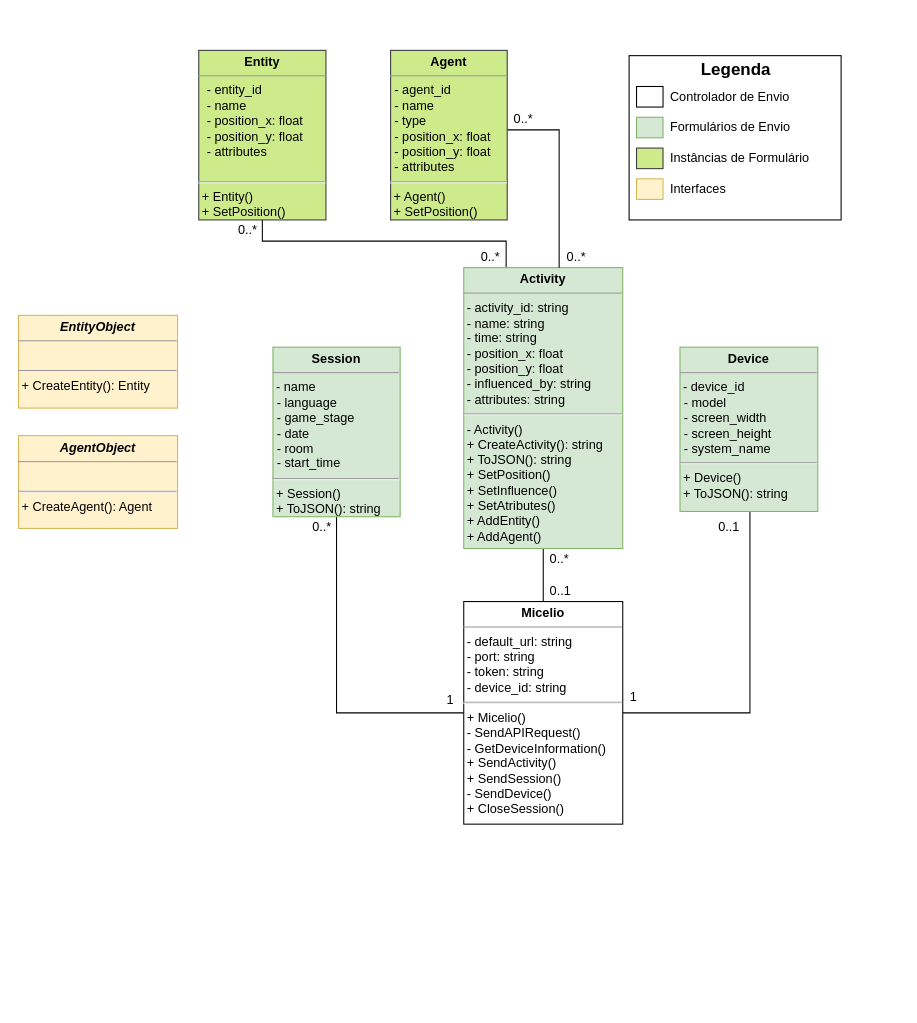
This is page "MicelioUnity Class Model" (5 of 6) of Documentation/Diagramas/Modelo De Dados Proveniencia.drawio from multisens/micelio, a draw.io file, before an edit. Source tidied: cells renumbered, new cells numbered last; positions are measured from the earlier drawing's top-left corner, leaving out a move shared by most shapes. Both pictures are drawn from the tidied source at 106%, with x=0, y=0 at pixel (18, 50).
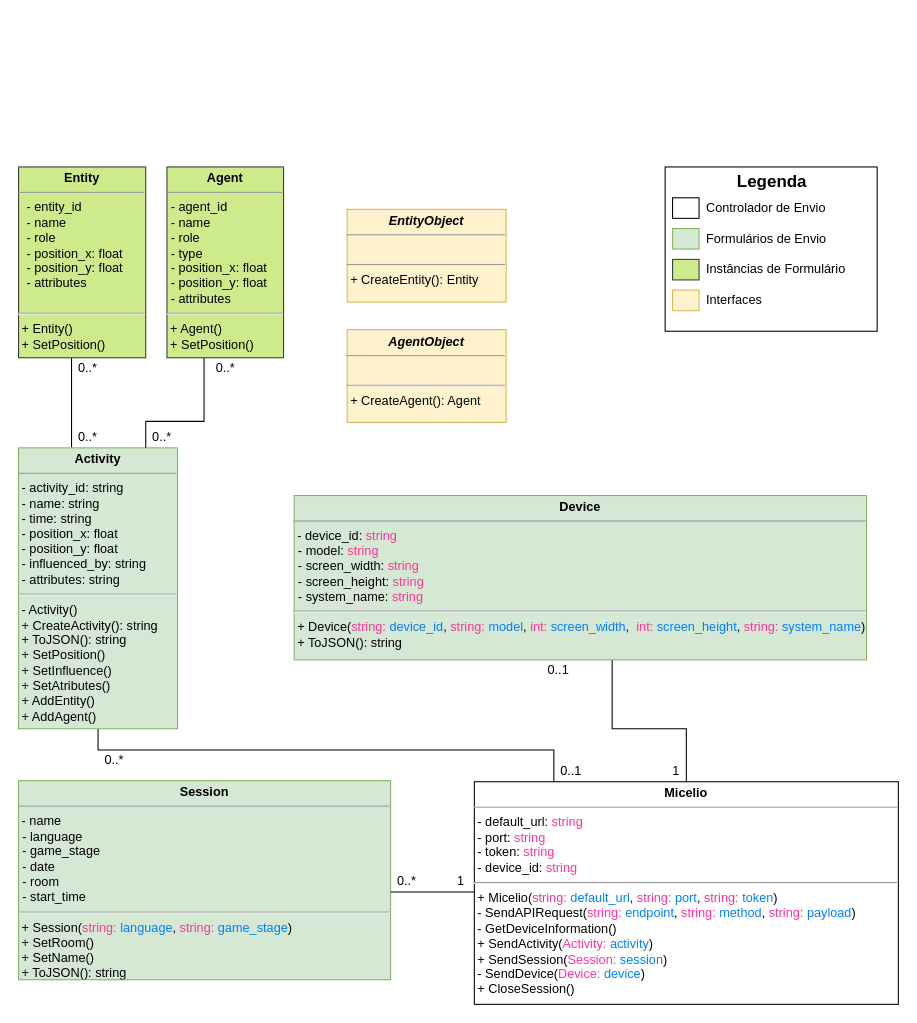
Above is the later version.

What changed in the source:
```diff
@@
     <mxCell id="2" style="edgeStyle=orthogonalEdgeStyle;rounded=0;jettySize=auto;html=1;endArrow=none;endFill=0;" parent="1" edge="1" source="5" target="7">
-      <mxGeometry relative="1" as="geometry" />
+      <mxGeometry relative="1" as="geometry">
+        <Array as="points">
+          <mxPoint x="505" y="660" />
+        </Array>
+      </mxGeometry>
     </mxCell>
-    <mxCell id="3" style="edgeStyle=orthogonalEdgeStyle;rounded=0;jettySize=auto;html=1;endArrow=none;endFill=0;" parent="1" edge="1" source="5" target="35">
-      <mxGeometry relative="1" as="geometry">
-        <Array as="points">
-          <mxPoint x="690" y="625" />
-        </Array>
-      </mxGeometry>
-    </mxCell>
-    <mxCell id="4" style="edgeStyle=orthogonalEdgeStyle;rounded=0;jettySize=auto;html=1;endArrow=none;endFill=0;" parent="1" edge="1" source="5" target="32">
-      <mxGeometry relative="1" as="geometry" />
-    </mxCell>
-    <mxCell id="5" value="&lt;p style=&quot;margin: 0px ; margin-top: 4px ; text-align: center&quot;&gt;&lt;b&gt;Micelio&lt;/b&gt;&lt;/p&gt;&lt;hr size=&quot;1&quot;&gt;&amp;nbsp;- default_url: string&lt;br&gt;&amp;nbsp;- port: string&lt;br&gt;&amp;nbsp;- token: string&lt;br&gt;&amp;nbsp;- device_id: string&lt;br&gt;&lt;hr&gt;&amp;nbsp;+ Micelio()&lt;br&gt;&amp;nbsp;- SendAPIRequest()&lt;br&gt;&amp;nbsp;- GetDeviceInformation()&lt;br&gt;&amp;nbsp;+ SendActivity()&lt;br&gt;&amp;nbsp;+ SendSession()&lt;br&gt;&amp;nbsp;- SendDevice()&lt;br&gt;&amp;nbsp;+ CloseSession()" style="verticalAlign=top;align=left;overflow=fill;fontSize=12;fontFamily=Helvetica;html=1;glass=0;" parent="1" vertex="1">
-      <mxGeometry x="420" y="520" width="150" height="210" as="geometry" />
+    <mxCell id="5" value="&lt;p style=&quot;margin: 0px ; margin-top: 4px ; text-align: center&quot;&gt;&lt;b&gt;Micelio&lt;/b&gt;&lt;/p&gt;&lt;hr size=&quot;1&quot;&gt;&amp;nbsp;- default_url: &lt;font color=&quot;#ff3399&quot;&gt;string&lt;/font&gt;&lt;br&gt;&amp;nbsp;- port: &lt;font color=&quot;#ff3399&quot;&gt;string&lt;/font&gt;&lt;br&gt;&amp;nbsp;- token: &lt;font color=&quot;#ff3399&quot;&gt;string&lt;/font&gt;&lt;br&gt;&amp;nbsp;- device_id: &lt;font color=&quot;#ff3399&quot;&gt;string&lt;/font&gt;&lt;br&gt;&lt;hr&gt;&amp;nbsp;+ Micelio(&lt;span style=&quot;color: rgb(255 , 51 , 153)&quot;&gt;string:&amp;nbsp;&lt;/span&gt;&lt;font color=&quot;#007fff&quot;&gt;default_url&lt;/font&gt;,&amp;nbsp;&lt;span style=&quot;color: rgb(255 , 51 , 153)&quot;&gt;string:&amp;nbsp;&lt;/span&gt;&lt;font color=&quot;#007fff&quot;&gt;port&lt;/font&gt;,&amp;nbsp;&lt;span style=&quot;color: rgb(255 , 51 , 153)&quot;&gt;string:&lt;/span&gt;&amp;nbsp;&lt;font color=&quot;#007fff&quot;&gt;token&lt;/font&gt;)&lt;br&gt;&amp;nbsp;- SendAPIRequest(&lt;span style=&quot;color: rgb(255 , 51 , 153)&quot;&gt;string:&amp;nbsp;&lt;/span&gt;&lt;font color=&quot;#007fff&quot;&gt;endpoint&lt;/font&gt;,&amp;nbsp;&lt;span style=&quot;color: rgb(255 , 51 , 153)&quot;&gt;string: &lt;/span&gt;&lt;font color=&quot;#007fff&quot;&gt;method&lt;/font&gt;,&amp;nbsp;&lt;span style=&quot;color: rgb(255 , 51 , 153)&quot;&gt;string:&lt;/span&gt;&amp;nbsp;&lt;font color=&quot;#007fff&quot;&gt;payload&lt;/font&gt;)&lt;br&gt;&amp;nbsp;- GetDeviceInformation()&lt;br&gt;&amp;nbsp;+ SendActivity(&lt;span style=&quot;color: rgb(255 , 51 , 153)&quot;&gt;Activity: &lt;/span&gt;&lt;font color=&quot;#007fff&quot;&gt;activity&lt;/font&gt;)&lt;br&gt;&amp;nbsp;+ SendSession(&lt;span style=&quot;color: rgb(255 , 51 , 153)&quot;&gt;Session: &lt;/span&gt;&lt;font color=&quot;#007fff&quot;&gt;session&lt;/font&gt;)&lt;br&gt;&amp;nbsp;- SendDevice(&lt;span style=&quot;color: rgb(255 , 51 , 153)&quot;&gt;Device:&amp;nbsp;&lt;/span&gt;&lt;font color=&quot;#007fff&quot;&gt;device&lt;/font&gt;)&lt;br&gt;&amp;nbsp;+ CloseSession()" style="verticalAlign=top;align=left;overflow=fill;fontSize=12;fontFamily=Helvetica;html=1;glass=0;" parent="1" vertex="1">
+      <mxGeometry x="430" y="690" width="400" height="210" as="geometry" />
     </mxCell>
     <mxCell id="6" style="edgeStyle=orthogonalEdgeStyle;rounded=0;jettySize=auto;html=1;endArrow=none;endFill=0;" parent="1" edge="1" source="7" target="8">
       <mxGeometry relative="1" as="geometry">
         <Array as="points">
-          <mxPoint x="460" y="180" />
-          <mxPoint x="230" y="180" />
+          <mxPoint x="50" y="330" />
+          <mxPoint x="50" y="330" />
         </Array>
       </mxGeometry>
     </mxCell>
     <mxCell id="7" value="&lt;p style=&quot;margin: 0px ; margin-top: 4px ; text-align: center&quot;&gt;&lt;b&gt;Activity&lt;/b&gt;&lt;/p&gt;&lt;hr size=&quot;1&quot;&gt;&amp;nbsp;- activity_id: string&lt;br&gt;&amp;nbsp;- name: string&lt;br&gt;&amp;nbsp;- time: string&lt;br&gt;&amp;nbsp;- position_x: float&lt;br&gt;&amp;nbsp;- position_y: float&lt;br&gt;&amp;nbsp;- influenced_by: string&lt;br&gt;&amp;nbsp;- attributes: string&lt;br&gt;&lt;hr&gt;&amp;nbsp;- Activity()&lt;br&gt;&amp;nbsp;+ CreateActivity(): string&lt;br&gt;&amp;nbsp;+ ToJSON(): string&lt;br&gt;&amp;nbsp;+ SetPosition()&lt;br&gt;&amp;nbsp;+ SetInfluence()&lt;br&gt;&amp;nbsp;+ SetAtributes()&lt;br&gt;&amp;nbsp;+ AddEntity()&lt;br&gt;&amp;nbsp;+ AddAgent()" style="verticalAlign=top;align=left;overflow=fill;fontSize=12;fontFamily=Helvetica;html=1;glass=0;fillColor=#d5e8d4;strokeColor=#82b366;" parent="1" vertex="1">
-      <mxGeometry x="420" y="205" width="150" height="265" as="geometry" />
+      <mxGeometry y="375" width="150" height="265" as="geometry" />
     </mxCell>
-    <mxCell id="8" value="&lt;p style=&quot;margin: 0px ; margin-top: 4px ; text-align: center&quot;&gt;&lt;b&gt;Entity&lt;/b&gt;&lt;/p&gt;&lt;hr size=&quot;1&quot;&gt;&lt;p style=&quot;margin: 0px 0px 0px 8px&quot;&gt;- entity_id&lt;/p&gt;&lt;p style=&quot;margin: 0px 0px 0px 8px&quot;&gt;- name&lt;br&gt;&lt;/p&gt;&lt;p style=&quot;margin: 0px 0px 0px 8px&quot;&gt;- position_x: float&lt;br&gt;- position_y: float&lt;br&gt;&lt;/p&gt;&lt;p style=&quot;margin: 0px 0px 0px 8px&quot;&gt;- attributes&lt;/p&gt;&lt;p style=&quot;margin: 0px 0px 0px 8px&quot;&gt;&lt;br&gt;&lt;/p&gt;&lt;hr&gt;&amp;nbsp;+ Entity()&lt;br&gt;&amp;nbsp;+ SetPosition()&lt;br&gt;&amp;nbsp;" style="verticalAlign=top;align=left;overflow=fill;fontSize=12;fontFamily=Helvetica;html=1;glass=0;fillColor=#cdeb8b;strokeColor=#36393d;" parent="1" vertex="1">
-      <mxGeometry x="170" width="120" height="160" as="geometry" />
+    <mxCell id="8" value="&lt;p style=&quot;margin: 0px ; margin-top: 4px ; text-align: center&quot;&gt;&lt;b&gt;Entity&lt;/b&gt;&lt;/p&gt;&lt;hr size=&quot;1&quot;&gt;&lt;p style=&quot;margin: 0px 0px 0px 8px&quot;&gt;- entity_id&lt;/p&gt;&lt;p style=&quot;margin: 0px 0px 0px 8px&quot;&gt;- name&lt;br&gt;&lt;/p&gt;&lt;p style=&quot;margin: 0px 0px 0px 8px&quot;&gt;- role&lt;/p&gt;&lt;p style=&quot;margin: 0px 0px 0px 8px&quot;&gt;- position_x: float&lt;br&gt;- position_y: float&lt;br&gt;&lt;/p&gt;&lt;p style=&quot;margin: 0px 0px 0px 8px&quot;&gt;- attributes&lt;/p&gt;&lt;p style=&quot;margin: 0px 0px 0px 8px&quot;&gt;&lt;br&gt;&lt;/p&gt;&lt;hr&gt;&amp;nbsp;+ Entity()&lt;br&gt;&amp;nbsp;+ SetPosition()&lt;br&gt;&amp;nbsp;" style="verticalAlign=top;align=left;overflow=fill;fontSize=12;fontFamily=Helvetica;html=1;glass=0;fillColor=#cdeb8b;strokeColor=#36393d;" parent="1" vertex="1">
+      <mxGeometry y="110" width="120" height="180" as="geometry" />
     </mxCell>
     <mxCell id="9" style="edgeStyle=orthogonalEdgeStyle;rounded=0;jettySize=auto;html=1;endArrow=none;endFill=0;" parent="1" edge="1" source="38" target="7">
       <mxGeometry relative="1" as="geometry">
         <Array as="points">
-          <mxPoint x="510" y="75" />
+          <mxPoint x="175" y="350" />
+          <mxPoint x="120" y="350" />
         </Array>
       </mxGeometry>
     </mxCell>
     <mxCell id="10" value="0..*" style="text;html=1;align=center;verticalAlign=middle;" parent="1" vertex="1">
-      <mxGeometry x="201" y="160" width="30" height="20" as="geometry" />
+      <mxGeometry x="50" y="290" width="30" height="20" as="geometry" />
     </mxCell>
     <mxCell id="11" value="0..*" style="text;html=1;align=center;verticalAlign=middle;" parent="1" vertex="1">
-      <mxGeometry x="430" y="185" width="30" height="20" as="geometry" />
+      <mxGeometry x="50" y="355" width="30" height="20" as="geometry" />
     </mxCell>
     <mxCell id="12" value="0..*" style="text;html=1;align=center;verticalAlign=middle;" parent="1" vertex="1">
-      <mxGeometry x="511" y="185" width="30" height="20" as="geometry" />
+      <mxGeometry x="120" y="355" width="30" height="20" as="geometry" />
     </mxCell>
     <mxCell id="13" value="0..*" style="text;html=1;align=center;verticalAlign=middle;" parent="1" vertex="1">
-      <mxGeometry x="495" y="470" width="30" height="20" as="geometry" />
+      <mxGeometry x="75" y="660" width="30" height="20" as="geometry" />
     </mxCell>
     <mxCell id="14" value="0..1" style="text;html=1;align=center;verticalAlign=middle;" parent="1" vertex="1">
-      <mxGeometry x="491" y="500" width="40" height="20" as="geometry" />
+      <mxGeometry x="501" y="670" width="40" height="20" as="geometry" />
     </mxCell>
     <mxCell id="15" value="1" style="text;html=1;align=center;verticalAlign=middle;" parent="1" vertex="1">
-      <mxGeometry x="397" y="603" width="20" height="20" as="geometry" />
+      <mxGeometry x="407" y="774" width="20" height="20" as="geometry" />
     </mxCell>
     <mxCell id="16" value="1" style="text;html=1;align=center;verticalAlign=middle;" parent="1" vertex="1">
-      <mxGeometry x="570" y="600" width="20" height="20" as="geometry" />
+      <mxGeometry x="610" y="670" width="20" height="20" as="geometry" />
     </mxCell>
+    <mxCell id="31" style="group;" parent="1" vertex="1">
+      <mxGeometry y="700" width="351" height="200" as="geometry" />
+    </mxCell>
+    <mxCell id="32" value="&lt;p style=&quot;margin: 0px ; margin-top: 4px ; text-align: center&quot;&gt;&lt;b&gt;Session&lt;/b&gt;&lt;/p&gt;&lt;hr size=&quot;1&quot;&gt;&amp;nbsp;-&amp;nbsp;name&lt;br&gt;&lt;p style=&quot;margin: 0px 0px 0px 4px&quot;&gt;- language&lt;br&gt;&lt;/p&gt;&lt;p style=&quot;margin: 0px 0px 0px 4px&quot;&gt;- game_stage&lt;/p&gt;&lt;p style=&quot;margin: 0px 0px 0px 4px&quot;&gt;- date&lt;/p&gt;&lt;p style=&quot;margin: 0px 0px 0px 4px&quot;&gt;- room&lt;/p&gt;&lt;p style=&quot;margin: 0px 0px 0px 4px&quot;&gt;- start_time&lt;/p&gt;&lt;hr&gt;&amp;nbsp;+ Session(&lt;span style=&quot;color: rgb(255 , 51 , 153)&quot;&gt;string: &lt;/span&gt;&lt;font color=&quot;#007fff&quot;&gt;language&lt;/font&gt;,&amp;nbsp;&lt;span style=&quot;color: rgb(255 , 51 , 153)&quot;&gt;string: &lt;/span&gt;&lt;font color=&quot;#007fff&quot;&gt;game_stage&lt;/font&gt;)&lt;br&gt;&amp;nbsp;+ SetRoom()&lt;br&gt;&amp;nbsp;+ SetName()&lt;br&gt;&amp;nbsp;+ ToJSON(): string&lt;br&gt;&amp;nbsp;" style="verticalAlign=top;align=left;overflow=fill;fontSize=12;fontFamily=Helvetica;html=1;glass=0;fillColor=#d5e8d4;strokeColor=#82b366;" parent="31" vertex="1">
+      <mxGeometry y="-11" width="351" height="187.8" as="geometry" />
+    </mxCell>
+    <mxCell id="37" style="group;" parent="1" vertex="1">
+      <mxGeometry x="140" y="130" width="140" height="160" as="geometry" />
+    </mxCell>
+    <mxCell id="38" value="&lt;p style=&quot;margin: 0px ; margin-top: 4px ; text-align: center&quot;&gt;&lt;b&gt;Agent&lt;/b&gt;&lt;/p&gt;&lt;hr size=&quot;1&quot;&gt;&lt;p style=&quot;margin: 0px 0px 0px 4px&quot;&gt;- agent_id&lt;/p&gt;&lt;p style=&quot;margin: 0px 0px 0px 4px&quot;&gt;- name&lt;/p&gt;&lt;p style=&quot;margin: 0px 0px 0px 4px&quot;&gt;- role&lt;/p&gt;&lt;p style=&quot;margin: 0px 0px 0px 4px&quot;&gt;- type&lt;/p&gt;&lt;p style=&quot;margin: 0px 0px 0px 4px&quot;&gt;- position_x: float&lt;br&gt;- position_y: float&lt;br&gt;&lt;/p&gt;&lt;p style=&quot;margin: 0px 0px 0px 4px&quot;&gt;&lt;span&gt;- attributes&lt;/span&gt;&lt;br&gt;&lt;/p&gt;&lt;hr&gt;&amp;nbsp;+ Agent()&lt;br&gt;&amp;nbsp;+ SetPosition()&lt;br&gt;&amp;nbsp;" style="verticalAlign=top;align=left;overflow=fill;fontSize=12;fontFamily=Helvetica;html=1;glass=0;fillColor=#cdeb8b;strokeColor=#36393d;" parent="37" vertex="1">
+      <mxGeometry y="-20" width="110" height="180" as="geometry" />
+    </mxCell>
+    <mxCell id="4" style="edgeStyle=orthogonalEdgeStyle;rounded=0;jettySize=auto;html=1;endArrow=none;endFill=0;entryX=1;entryY=0.559;entryDx=0;entryDy=0;entryPerimeter=0;" parent="1" edge="1" source="5" target="32">
+      <mxGeometry relative="1" as="geometry">
+        <Array as="points">
+          <mxPoint x="390" y="794" />
+          <mxPoint x="390" y="794" />
+        </Array>
+      </mxGeometry>
+    </mxCell>
+    <mxCell id="40" style="edgeStyle=orthogonalEdgeStyle;rounded=0;jettySize=auto;html=1;endArrow=none;endFill=0;" parent="1" edge="1" source="35" target="5">
+      <mxGeometry relative="1" as="geometry">
+        <Array as="points">
+          <mxPoint x="560" y="640" />
+          <mxPoint x="630" y="640" />
+        </Array>
+      </mxGeometry>
+    </mxCell>
+    <mxCell id="33" value="0..*" style="text;html=1;align=center;verticalAlign=middle;" parent="1" vertex="1">
+      <mxGeometry x="351" y="774" width="30" height="20" as="geometry" />
+    </mxCell>
+    <mxCell id="39" value="0..*" style="text;html=1;align=center;verticalAlign=middle;" parent="1" vertex="1">
+      <mxGeometry x="180" y="290" width="30" height="20" as="geometry" />
+    </mxCell>
+    <mxCell id="35" value="&lt;p style=&quot;margin: 0px ; margin-top: 4px ; text-align: center&quot;&gt;&lt;b&gt;Device&lt;/b&gt;&lt;/p&gt;&lt;hr size=&quot;1&quot;&gt;&amp;nbsp;-&amp;nbsp;device_id:&amp;nbsp;&lt;font color=&quot;#ff3399&quot;&gt;string&lt;/font&gt;&lt;p style=&quot;margin: 0px 0px 0px 4px&quot;&gt;- model: &lt;font color=&quot;#ff3399&quot;&gt;string&lt;/font&gt;&amp;nbsp;&lt;/p&gt;&lt;p style=&quot;margin: 0px 0px 0px 4px&quot;&gt;- screen_width: &lt;font color=&quot;#ff3399&quot;&gt;string&lt;/font&gt;&lt;/p&gt;&lt;p style=&quot;margin: 0px 0px 0px 4px&quot;&gt;- screen_height: &lt;font color=&quot;#ff3399&quot;&gt;string&lt;/font&gt;&lt;/p&gt;&lt;p style=&quot;margin: 0px 0px 0px 4px&quot;&gt;- system_name: &lt;font color=&quot;#ff3399&quot;&gt;string&lt;/font&gt;&lt;/p&gt;&lt;hr&gt;&amp;nbsp;+ Device(&lt;span style=&quot;color: rgb(255 , 51 , 153)&quot;&gt;string: &lt;/span&gt;&lt;font color=&quot;#007fff&quot;&gt;device_id&lt;/font&gt;,&amp;nbsp;&lt;span style=&quot;color: rgb(255 , 51 , 153)&quot;&gt;string:&amp;nbsp;&lt;/span&gt;&lt;font color=&quot;#007fff&quot;&gt;model&lt;/font&gt;,&amp;nbsp;&lt;span style=&quot;color: rgb(255 , 51 , 153)&quot;&gt;int:&lt;/span&gt;&amp;nbsp;&lt;font color=&quot;#007fff&quot;&gt;screen_width&lt;/font&gt;,&amp;nbsp;&amp;nbsp;&lt;span style=&quot;color: rgb(255 , 51 , 153)&quot;&gt;int:&lt;/span&gt;&amp;nbsp;&lt;font color=&quot;#007fff&quot;&gt;screen_height&lt;/font&gt;,&amp;nbsp;&lt;span style=&quot;color: rgb(255 , 51 , 153)&quot;&gt;string:&lt;/span&gt;&amp;nbsp;&lt;font color=&quot;#007fff&quot;&gt;system_name&lt;/font&gt;)&lt;br&gt;&amp;nbsp;+ ToJSON(): string" style="verticalAlign=top;align=left;overflow=fill;fontSize=12;fontFamily=Helvetica;html=1;glass=0;fillColor=#d5e8d4;strokeColor=#82b366;" parent="1" vertex="1">
+      <mxGeometry x="260" y="420" width="540" height="155" as="geometry" />
+    </mxCell>
+    <mxCell id="36" value="0..1" style="text;html=1;align=center;verticalAlign=middle;" parent="1" vertex="1">
+      <mxGeometry x="489" y="575" width="40" height="20" as="geometry" />
+    </mxCell>
     <mxCell id="17" style="group;" parent="1" vertex="1">
-      <mxGeometry x="576" y="5" width="240" height="155" as="geometry" />
+      <mxGeometry x="260" y="-30" width="240" height="155" as="geometry" />
     </mxCell>
     <mxCell id="18" style="group;" parent="17" vertex="1">
-      <mxGeometry width="200" height="155" as="geometry" />
+      <mxGeometry x="350" y="140" width="200" height="155" as="geometry" />
     </mxCell>
@@
     <mxCell id="29" value="&lt;p style=&quot;margin: 0px ; margin-top: 4px ; text-align: center&quot;&gt;&lt;b&gt;&lt;i&gt;EntityObject&lt;/i&gt;&lt;/b&gt;&lt;/p&gt;&lt;hr size=&quot;1&quot;&gt;&amp;nbsp;&lt;br&gt;&lt;hr&gt;&amp;nbsp;+ CreateEntity(): Entity&lt;br&gt;&amp;nbsp;" style="verticalAlign=top;align=left;overflow=fill;fontSize=12;fontFamily=Helvetica;html=1;glass=0;fillColor=#fff2cc;strokeColor=#d6b656;" parent="1" vertex="1">
-      <mxGeometry y="250" width="150" height="87.5" as="geometry" />
+      <mxGeometry x="310" y="150" width="150" height="87.5" as="geometry" />
     </mxCell>
     <mxCell id="30" value="&lt;p style=&quot;margin: 0px ; margin-top: 4px ; text-align: center&quot;&gt;&lt;b&gt;&lt;i&gt;AgentObject&lt;/i&gt;&lt;/b&gt;&lt;/p&gt;&lt;hr size=&quot;1&quot;&gt;&amp;nbsp;&lt;br&gt;&lt;hr&gt;&amp;nbsp;+ CreateAgent(): Agent&lt;br&gt;&amp;nbsp;" style="verticalAlign=top;align=left;overflow=fill;fontSize=12;fontFamily=Helvetica;html=1;glass=0;fillColor=#fff2cc;strokeColor=#d6b656;" parent="1" vertex="1">
-      <mxGeometry y="363.5" width="150" height="87.5" as="geometry" />
+      <mxGeometry x="310" y="263.5" width="150" height="87.5" as="geometry" />
     </mxCell>
-    <mxCell id="31" style="group;" parent="1" vertex="1">
-      <mxGeometry x="240" y="280" width="120" height="180" as="geometry" />
-    </mxCell>
-    <mxCell id="32" value="&lt;p style=&quot;margin: 0px ; margin-top: 4px ; text-align: center&quot;&gt;&lt;b&gt;Session&lt;/b&gt;&lt;/p&gt;&lt;hr size=&quot;1&quot;&gt;&amp;nbsp;-&lt;span&gt;&amp;nbsp;name&lt;/span&gt;&lt;br&gt;&lt;p style=&quot;margin: 0px 0px 0px 4px&quot;&gt;- language&lt;br&gt;&lt;/p&gt;&lt;p style=&quot;margin: 0px 0px 0px 4px&quot;&gt;- game_stage&lt;/p&gt;&lt;p style=&quot;margin: 0px 0px 0px 4px&quot;&gt;- date&lt;/p&gt;&lt;p style=&quot;margin: 0px 0px 0px 4px&quot;&gt;- room&lt;/p&gt;&lt;p style=&quot;margin: 0px 0px 0px 4px&quot;&gt;- start_time&lt;/p&gt;&lt;hr&gt;&amp;nbsp;+ Session()&lt;br&gt;&amp;nbsp;+ ToJSON(): string&lt;br&gt;&amp;nbsp;" style="verticalAlign=top;align=left;overflow=fill;fontSize=12;fontFamily=Helvetica;html=1;glass=0;fillColor=#d5e8d4;strokeColor=#82b366;" parent="31" vertex="1">
-      <mxGeometry width="120" height="160" as="geometry" />
-    </mxCell>
-    <mxCell id="33" value="0..*" style="text;html=1;align=center;verticalAlign=middle;" parent="31" vertex="1">
-      <mxGeometry x="31" y="160" width="30" height="20" as="geometry" />
-    </mxCell>
-    <mxCell id="34" style="group;" parent="1" vertex="1">
-      <mxGeometry x="624" y="280" width="130" height="180" as="geometry" />
-    </mxCell>
-    <mxCell id="35" value="&lt;p style=&quot;margin: 0px ; margin-top: 4px ; text-align: center&quot;&gt;&lt;b&gt;Device&lt;/b&gt;&lt;/p&gt;&lt;hr size=&quot;1&quot;&gt;&amp;nbsp;-&lt;span&gt;&amp;nbsp;device_id&lt;/span&gt;&lt;p style=&quot;margin: 0px 0px 0px 4px&quot;&gt;- model&lt;/p&gt;&lt;p style=&quot;margin: 0px 0px 0px 4px&quot;&gt;- screen_width&lt;/p&gt;&lt;p style=&quot;margin: 0px 0px 0px 4px&quot;&gt;- screen_height&lt;/p&gt;&lt;p style=&quot;margin: 0px 0px 0px 4px&quot;&gt;- system_name&lt;/p&gt;&lt;hr&gt;&amp;nbsp;+ Device()&lt;br&gt;&amp;nbsp;+ ToJSON(): string" style="verticalAlign=top;align=left;overflow=fill;fontSize=12;fontFamily=Helvetica;html=1;glass=0;fillColor=#d5e8d4;strokeColor=#82b366;" parent="34" vertex="1">
-      <mxGeometry width="130" height="155" as="geometry" />
-    </mxCell>
-    <mxCell id="36" value="0..1" style="text;html=1;align=center;verticalAlign=middle;" parent="34" vertex="1">
-      <mxGeometry x="26" y="160" width="40" height="20" as="geometry" />
-    </mxCell>
-    <mxCell id="37" style="group;" parent="1" vertex="1">
-      <mxGeometry x="351" width="140" height="160" as="geometry" />
-    </mxCell>
-    <mxCell id="38" value="&lt;p style=&quot;margin: 0px ; margin-top: 4px ; text-align: center&quot;&gt;&lt;b&gt;Agent&lt;/b&gt;&lt;/p&gt;&lt;hr size=&quot;1&quot;&gt;&lt;p style=&quot;margin: 0px 0px 0px 4px&quot;&gt;- agent_id&lt;/p&gt;&lt;p style=&quot;margin: 0px 0px 0px 4px&quot;&gt;- name&lt;/p&gt;&lt;p style=&quot;margin: 0px 0px 0px 4px&quot;&gt;- type&lt;/p&gt;&lt;p style=&quot;margin: 0px 0px 0px 4px&quot;&gt;- position_x: float&lt;br&gt;- position_y: float&lt;br&gt;&lt;/p&gt;&lt;p style=&quot;margin: 0px 0px 0px 4px&quot;&gt;&lt;span&gt;- attributes&lt;/span&gt;&lt;br&gt;&lt;/p&gt;&lt;hr&gt;&amp;nbsp;+ Agent()&lt;br&gt;&amp;nbsp;+ SetPosition()&lt;br&gt;&amp;nbsp;" style="verticalAlign=top;align=left;overflow=fill;fontSize=12;fontFamily=Helvetica;html=1;glass=0;fillColor=#cdeb8b;strokeColor=#36393d;" parent="37" vertex="1">
-      <mxGeometry width="110" height="160" as="geometry" />
-    </mxCell>
-    <mxCell id="39" value="0..*" style="text;html=1;align=center;verticalAlign=middle;" parent="37" vertex="1">
-      <mxGeometry x="110" y="55" width="30" height="20" as="geometry" />
-    </mxCell>
```
